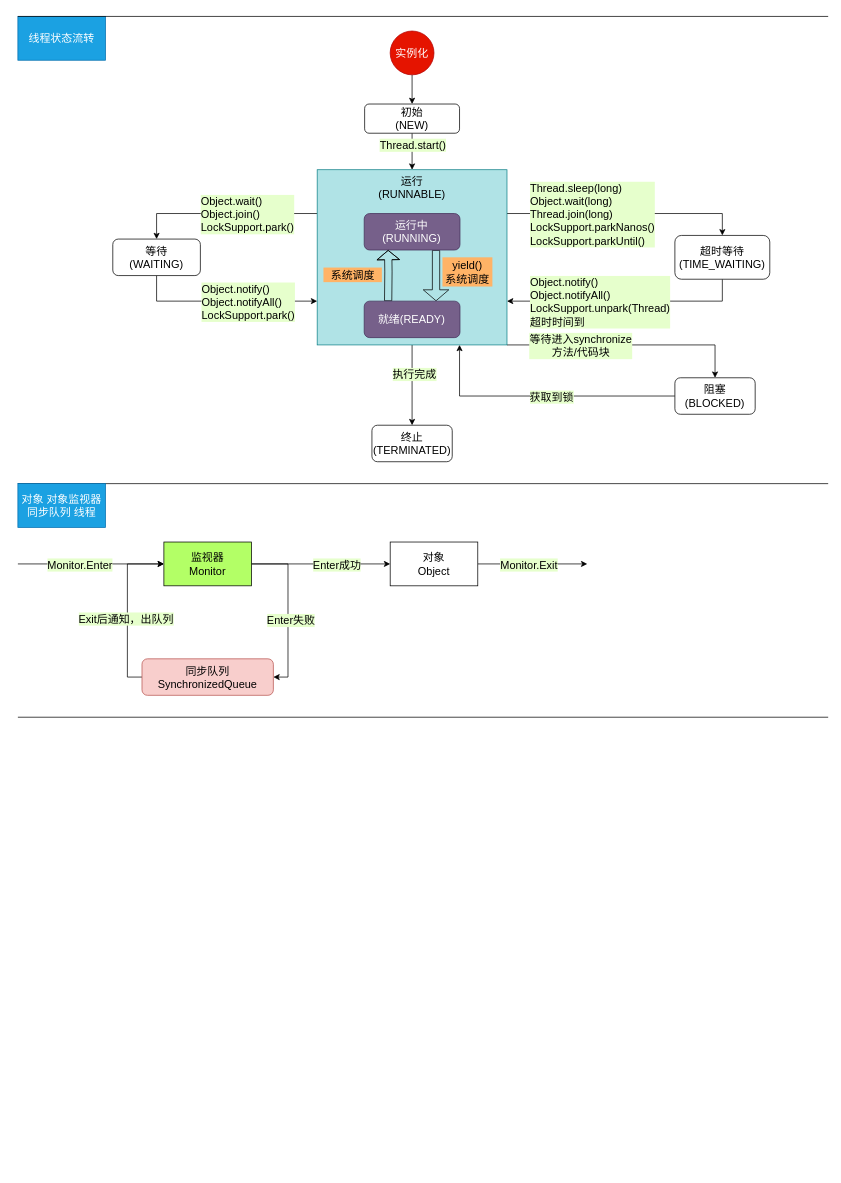
The draw.io diagram ConcurrencyProgramming.drawio in anDongCoder/draw-io, before the edit. Source tidied: cells renumbered, new cells numbered last; positions are measured from the earlier drawing's top-left corner, leaving out a move shared by most shapes. Both pictures are drawn from the tidied source at 73%, with x=0, y=0 at pixel (18, 12).
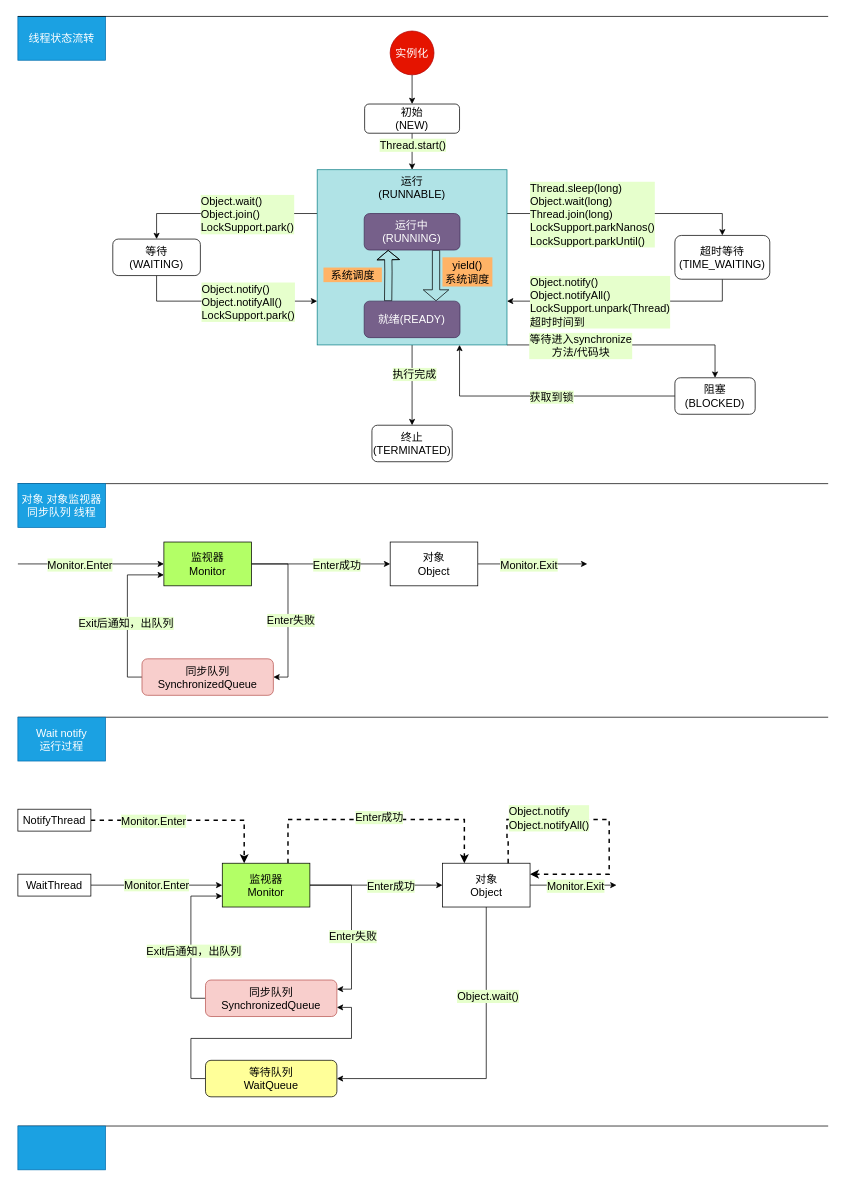
Above is the later version.

The change refers to these unchanged cells:
```xml
<mxCell id="41" value="监视器&lt;br&gt;Monitor" style="rounded=0;whiteSpace=wrap;html=1;strokeWidth=1;fillColor=#B3FF66;fontSize=15;" parent="1" vertex="1">
  <mxGeometry x="200" y="725" width="120" height="60" as="geometry" />
</mxCell>
<mxCell id="47" value="同步队列&lt;br&gt;SynchronizedQueue" style="rounded=1;whiteSpace=wrap;html=1;fontSize=15;strokeWidth=1;fillColor=#f8cecc;strokeColor=#b85450;" parent="1" vertex="1">
  <mxGeometry x="170" y="885" width="180" height="50" as="geometry" />
</mxCell>
```

The edit, as a diff of the source:
```diff
@@
-    <mxCell id="45" style="edgeStyle=orthogonalEdgeStyle;rounded=0;jettySize=auto;html=1;exitX=0;exitY=0.5;exitDx=0;exitDy=0;entryX=0;entryY=0.5;entryDx=0;entryDy=0;fontSize=15;fontColor=#000000;" parent="1" edge="1" source="47" target="41">
+    <mxCell id="45" style="edgeStyle=orthogonalEdgeStyle;rounded=0;jettySize=auto;html=1;exitX=0;exitY=0.5;exitDx=0;exitDy=0;entryX=0;entryY=0.75;entryDx=0;entryDy=0;fontSize=15;fontColor=#000000;" parent="1" edge="1" source="47" target="41">
       <mxGeometry relative="1" as="geometry" />
     </mxCell>
@@
+    <mxCell id="51" value="Wait notify&lt;br&gt;运行过程" style="rounded=0;whiteSpace=wrap;html=1;fillColor=#1ba1e2;strokeColor=#006EAF;fontColor=#ffffff;fontSize=15;" parent="1" vertex="1">
+      <mxGeometry y="965" width="120" height="60" as="geometry" />
+    </mxCell>
+    <mxCell id="52" style="edgeStyle=orthogonalEdgeStyle;rounded=0;jettySize=auto;html=1;exitX=1;exitY=0.5;exitDx=0;exitDy=0;fontSize=15;fontColor=#000000;entryX=0;entryY=0.5;entryDx=0;entryDy=0;" parent="1" edge="1" source="58" target="65">
+      <mxGeometry relative="1" as="geometry" />
+    </mxCell>
+    <mxCell id="53" value="Enter成功" style="edgeLabel;html=1;align=center;verticalAlign=middle;fontSize=15;fontColor=#000000;labelBackgroundColor=#E6FFCC;" parent="52" vertex="1">
+      <mxGeometry x="-0.38" y="-2" relative="1" as="geometry">
+        <mxPoint x="54" y="-2" as="offset" />
+      </mxGeometry>
+    </mxCell>
+    <mxCell id="54" style="edgeStyle=orthogonalEdgeStyle;rounded=0;jettySize=auto;html=1;exitX=1;exitY=0.5;exitDx=0;exitDy=0;entryX=1;entryY=0.25;entryDx=0;entryDy=0;fontSize=15;fontColor=#000000;" parent="1" edge="1" source="58" target="68">
+      <mxGeometry relative="1" as="geometry" />
+    </mxCell>
+    <mxCell id="55" value="Enter失败" style="edgeLabel;html=1;align=center;verticalAlign=middle;fontSize=15;fontColor=#000000;labelBackgroundColor=#E6FFCC;" parent="54" vertex="1">
+      <mxGeometry x="0.15" y="1" relative="1" as="geometry" />
+    </mxCell>
+    <mxCell id="56" style="edgeStyle=orthogonalEdgeStyle;rounded=0;jettySize=auto;html=1;exitX=0.75;exitY=0;exitDx=0;exitDy=0;entryX=0.25;entryY=0;entryDx=0;entryDy=0;dashed=1;fontSize=15;fontColor=#000000;strokeWidth=2;" parent="1" edge="1" source="58" target="65">
+      <mxGeometry relative="1" as="geometry">
+        <Array as="points">
+          <mxPoint x="370" y="1105" />
+          <mxPoint x="612" y="1105" />
+        </Array>
+      </mxGeometry>
+    </mxCell>
+    <mxCell id="57" value="Enter成功" style="edgeLabel;html=1;align=center;verticalAlign=middle;fontSize=15;fontColor=#000000;labelBackgroundColor=#E6FFCC;" parent="56" vertex="1">
+      <mxGeometry x="0.02" y="4" relative="1" as="geometry" />
+    </mxCell>
+    <mxCell id="58" value="监视器&lt;br&gt;Monitor" style="rounded=0;whiteSpace=wrap;html=1;strokeWidth=1;fillColor=#B3FF66;fontSize=15;" parent="1" vertex="1">
+      <mxGeometry x="280" y="1165" width="120" height="60" as="geometry" />
+    </mxCell>
+    <mxCell id="59" value="&lt;span style=&quot;background-color: rgb(230 , 255 , 204)&quot;&gt;Monitor.Enter&lt;/span&gt;" style="endArrow=classic;html=1;fontSize=15;fontColor=#000000;entryX=0;entryY=0.5;entryDx=0;entryDy=0;exitX=1;exitY=0.5;exitDx=0;exitDy=0;" parent="1" edge="1" source="60" target="58">
+      <mxGeometry relative="1" as="geometry" />
+    </mxCell>
+    <mxCell id="60" value="&lt;span&gt;WaitThread&lt;/span&gt;" style="rounded=0;whiteSpace=wrap;html=1;labelBackgroundColor=#FFFFFF;fontSize=15;fontColor=#000000;strokeWidth=1;fillColor=#FFFFFF;" parent="1" vertex="1">
+      <mxGeometry y="1180" width="100" height="30" as="geometry" />
+    </mxCell>
+    <mxCell id="61" style="edgeStyle=orthogonalEdgeStyle;rounded=0;jettySize=auto;html=1;exitX=1;exitY=0.5;exitDx=0;exitDy=0;fontSize=15;fontColor=#000000;" parent="1" edge="1" source="65">
+      <mxGeometry relative="1" as="geometry">
+        <mxPoint x="820" y="1195" as="targetPoint" />
+      </mxGeometry>
+    </mxCell>
+    <mxCell id="62" value="Monitor.Exit" style="edgeLabel;html=1;align=center;verticalAlign=middle;fontSize=15;fontColor=#000000;labelBackgroundColor=#E6FFCC;" parent="61" vertex="1">
+      <mxGeometry x="-0.18" relative="1" as="geometry">
+        <mxPoint x="13" as="offset" />
+      </mxGeometry>
+    </mxCell>
+    <mxCell id="63" style="edgeStyle=orthogonalEdgeStyle;rounded=0;jettySize=auto;html=1;exitX=0.5;exitY=1;exitDx=0;exitDy=0;entryX=1;entryY=0.5;entryDx=0;entryDy=0;fontSize=15;fontColor=#000000;" parent="1" edge="1" source="65" target="70">
+      <mxGeometry relative="1" as="geometry" />
+    </mxCell>
+    <mxCell id="64" value="Object.wait()" style="edgeLabel;html=1;align=center;verticalAlign=middle;fontSize=15;fontColor=#000000;labelBackgroundColor=#E6FFCC;" parent="63" vertex="1">
+      <mxGeometry x="-0.45" y="2" relative="1" as="geometry" />
+    </mxCell>
+    <mxCell id="65" value="对象&lt;br&gt;Object" style="rounded=0;whiteSpace=wrap;html=1;fontSize=15;strokeWidth=1;fillColor=#FFFFFF;" parent="1" vertex="1">
+      <mxGeometry x="581.6" y="1165" width="120" height="60" as="geometry" />
+    </mxCell>
+    <mxCell id="66" style="edgeStyle=orthogonalEdgeStyle;rounded=0;jettySize=auto;html=1;exitX=0;exitY=0.5;exitDx=0;exitDy=0;entryX=0;entryY=0.75;entryDx=0;entryDy=0;fontSize=15;fontColor=#000000;" parent="1" edge="1" source="68" target="58">
+      <mxGeometry relative="1" as="geometry" />
+    </mxCell>
+    <mxCell id="67" value="Exit后通知，出队列" style="edgeLabel;html=1;align=center;verticalAlign=middle;fontSize=15;fontColor=#000000;labelBackgroundColor=#E6FFCC;" parent="66" vertex="1">
+      <mxGeometry x="-0.15" y="-3" relative="1" as="geometry" />
+    </mxCell>
+    <mxCell id="68" value="同步队列&lt;br&gt;SynchronizedQueue" style="rounded=1;whiteSpace=wrap;html=1;fontSize=15;strokeWidth=1;fillColor=#f8cecc;strokeColor=#b85450;" parent="1" vertex="1">
+      <mxGeometry x="257" y="1325" width="180" height="50" as="geometry" />
+    </mxCell>
+    <mxCell id="69" style="edgeStyle=orthogonalEdgeStyle;rounded=0;jettySize=auto;html=1;exitX=0;exitY=0.5;exitDx=0;exitDy=0;entryX=1;entryY=0.75;entryDx=0;entryDy=0;fontSize=15;fontColor=#000000;" parent="1" edge="1" source="70" target="68">
+      <mxGeometry relative="1" as="geometry" />
+    </mxCell>
+    <mxCell id="70" value="等待队列&lt;br&gt;WaitQueue" style="rounded=1;whiteSpace=wrap;html=1;fontSize=15;strokeWidth=1;fillColor=#FFFF99;" parent="1" vertex="1">
+      <mxGeometry x="257" y="1435" width="180" height="50" as="geometry" />
+    </mxCell>
+    <mxCell id="71" style="edgeStyle=orthogonalEdgeStyle;rounded=0;jettySize=auto;html=1;exitX=1;exitY=0.5;exitDx=0;exitDy=0;entryX=0.25;entryY=0;entryDx=0;entryDy=0;fontSize=15;fontColor=#000000;dashed=1;strokeWidth=2;" parent="1" edge="1" source="73" target="58">
+      <mxGeometry relative="1" as="geometry" />
+    </mxCell>
+    <mxCell id="72" value="Monitor.Enter" style="edgeLabel;html=1;align=center;verticalAlign=middle;fontSize=15;fontColor=#000000;labelBackgroundColor=#E6FFCC;" parent="71" vertex="1">
+      <mxGeometry x="-0.37" relative="1" as="geometry" />
+    </mxCell>
+    <mxCell id="73" value="&lt;span&gt;NotifyThread&lt;/span&gt;" style="rounded=0;whiteSpace=wrap;html=1;labelBackgroundColor=#FFFFFF;fontSize=15;fontColor=#000000;strokeWidth=1;fillColor=#FFFFFF;" parent="1" vertex="1">
+      <mxGeometry y="1091" width="100" height="30" as="geometry" />
+    </mxCell>
+    <mxCell id="74" style="edgeStyle=orthogonalEdgeStyle;rounded=0;orthogonalLoop=1;jettySize=auto;html=1;exitX=0.75;exitY=0;exitDx=0;exitDy=0;entryX=1;entryY=0.25;entryDx=0;entryDy=0;dashed=1;fontSize=15;fontColor=#000000;strokeWidth=2;" parent="1" edge="1" source="65" target="65">
+      <mxGeometry relative="1" as="geometry">
+        <Array as="points">
+          <mxPoint x="672" y="1135" />
+          <mxPoint x="670" y="1135" />
+          <mxPoint x="670" y="1105" />
+          <mxPoint x="810" y="1105" />
+          <mxPoint x="810" y="1180" />
+        </Array>
+      </mxGeometry>
+    </mxCell>
+    <mxCell id="75" value="&lt;div style=&quot;&quot;&gt;Object.notify&lt;/div&gt;Object.notifyAll()" style="edgeLabel;html=1;align=left;verticalAlign=middle;fontSize=15;fontColor=#000000;labelBackgroundColor=#E6FFCC;" parent="74" vertex="1">
+      <mxGeometry x="-0.18" y="3" relative="1" as="geometry">
+        <mxPoint x="-95" as="offset" />
+      </mxGeometry>
+    </mxCell>
+    <mxCell id="76" style="line;strokeWidth=1;html=1;" parent="1" vertex="1">
+      <mxGeometry y="1520" width="1110" height="10" as="geometry" />
+    </mxCell>
+    <mxCell id="77" style="rounded=0;whiteSpace=wrap;html=1;fillColor=#1ba1e2;strokeColor=#006EAF;fontColor=#ffffff;fontSize=15;" parent="1" vertex="1">
+      <mxGeometry y="1525" width="120" height="60" as="geometry" />
+    </mxCell>
```
